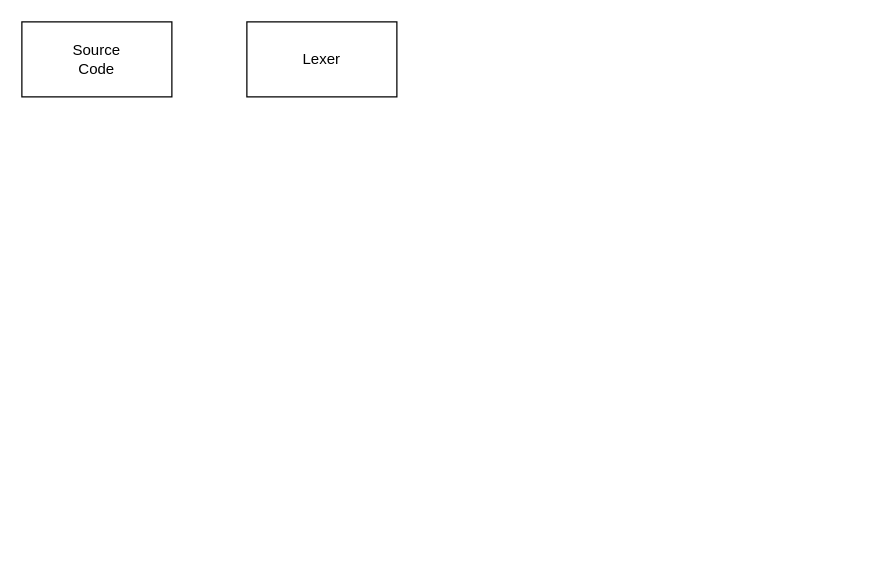
The draw.io diagram Untitled Diagram.drawio in lnikon/virtual_machine, before the edit. Source tidied: cells renumbered, new cells numbered last; positions are measured from the earlier drawing's top-left corner, leaving out a move shared by most shapes. Both pictures are drawn from the tidied source at 125%, with x=0, y=0 at pixel (21, 21).
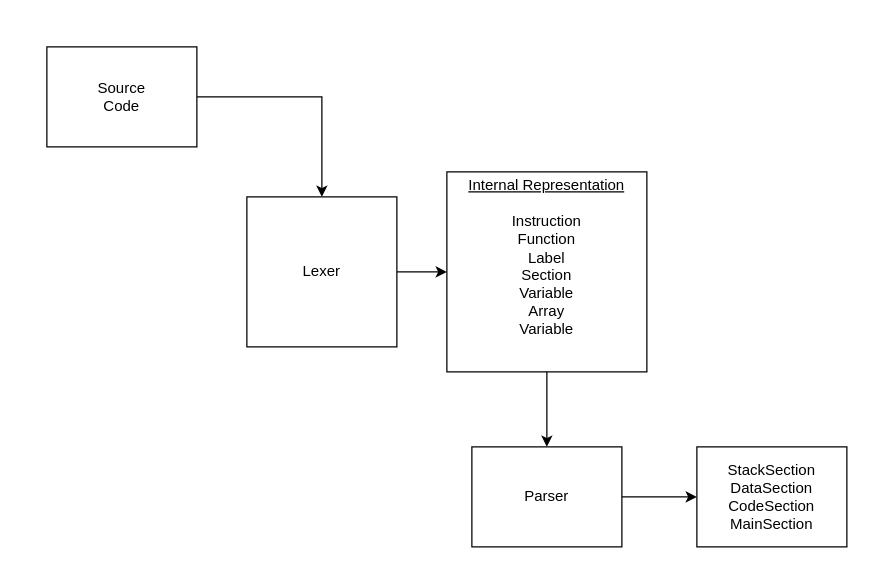
The same diagram, later.

What changed in the source:
```diff
@@
 <mxGraphModel>
   <root>
     <mxCell id="0" />
     <mxCell id="1" parent="0" />
+    <mxCell id="4" style="edgeStyle=orthogonalEdgeStyle;rounded=0;jettySize=auto;html=1;" parent="1" edge="1" source="2" target="3">
+      <mxGeometry relative="1" as="geometry" />
+    </mxCell>
     <mxCell id="2" value="&lt;div&gt;Source &lt;br&gt;&lt;/div&gt;&lt;div&gt;Code&lt;br&gt;&lt;/div&gt;" style="rounded=0;whiteSpace=wrap;html=1;" parent="1" vertex="1">
-      <mxGeometry width="120" height="60" as="geometry" />
+      <mxGeometry x="20" y="20" width="120" height="80" as="geometry" />
     </mxCell>
+    <mxCell id="5" style="edgeStyle=orthogonalEdgeStyle;rounded=0;jettySize=auto;html=1;" parent="1" edge="1" source="3">
+      <mxGeometry relative="1" as="geometry">
+        <mxPoint x="340" y="200" as="targetPoint" />
+      </mxGeometry>
+    </mxCell>
     <mxCell id="3" value="Lexer" style="rounded=0;whiteSpace=wrap;html=1;" parent="1" vertex="1">
-      <mxGeometry x="180" width="120" height="60" as="geometry" />
+      <mxGeometry x="180" y="140" width="120" height="120" as="geometry" />
     </mxCell>
+    <mxCell id="6" style="edgeStyle=orthogonalEdgeStyle;rounded=0;jettySize=auto;html=1;" parent="1" edge="1" target="8">
+      <mxGeometry relative="1" as="geometry">
+        <mxPoint x="400" y="260" as="sourcePoint" />
+        <Array as="points">
+          <mxPoint x="420" y="260" />
+        </Array>
+      </mxGeometry>
+    </mxCell>
+    <mxCell id="7" style="edgeStyle=orthogonalEdgeStyle;rounded=0;jettySize=auto;html=1;" parent="1" edge="1" source="8" target="9">
+      <mxGeometry relative="1" as="geometry" />
+    </mxCell>
+    <mxCell id="8" value="Parser" style="rounded=0;whiteSpace=wrap;html=1;" parent="1" vertex="1">
+      <mxGeometry x="360" y="340" width="120" height="80" as="geometry" />
+    </mxCell>
+    <mxCell id="9" value="&lt;div&gt;StackSection&lt;/div&gt;&lt;div&gt;DataSection&lt;/div&gt;&lt;div&gt;CodeSection&lt;/div&gt;&lt;div&gt;MainSection&lt;/div&gt;" style="rounded=0;whiteSpace=wrap;html=1;" parent="1" vertex="1">
+      <mxGeometry x="540" y="340" width="120" height="80" as="geometry" />
+    </mxCell>
+    <mxCell id="10" value="&lt;p style=&quot;margin: 0px ; margin-top: 4px ; text-align: center ; text-decoration: underline&quot;&gt;Internal Representation&lt;/p&gt;&lt;div align=&quot;center&quot;&gt;&lt;br&gt;&lt;/div&gt;&lt;div align=&quot;center&quot;&gt;Instruction&lt;/div&gt;&lt;div align=&quot;center&quot;&gt;Function&lt;/div&gt;&lt;div align=&quot;center&quot;&gt;Label&lt;/div&gt;&lt;div align=&quot;center&quot;&gt;Section&lt;/div&gt;&lt;div align=&quot;center&quot;&gt;Variable&lt;br&gt;&lt;/div&gt;&lt;div align=&quot;center&quot;&gt;Array&lt;/div&gt;&lt;div align=&quot;center&quot;&gt;Variable&lt;br&gt;&lt;/div&gt;" style="verticalAlign=top;align=left;overflow=fill;fontSize=12;fontFamily=Helvetica;html=1;" parent="1" vertex="1">
+      <mxGeometry x="340" y="120" width="160" height="160" as="geometry" />
+    </mxCell>
   </root>
 </mxGraphModel>
```
